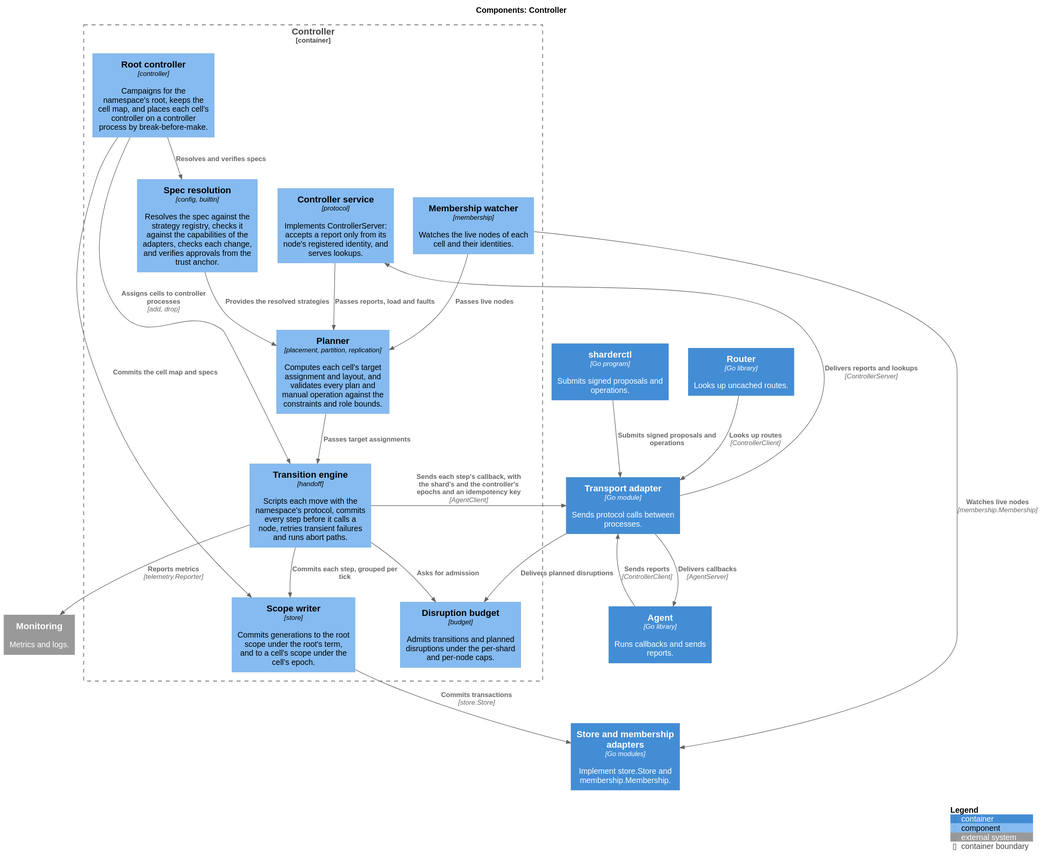
Above: docs/c4/components/controller.svg in thesm-os/sharder (PlantUML), before the change.
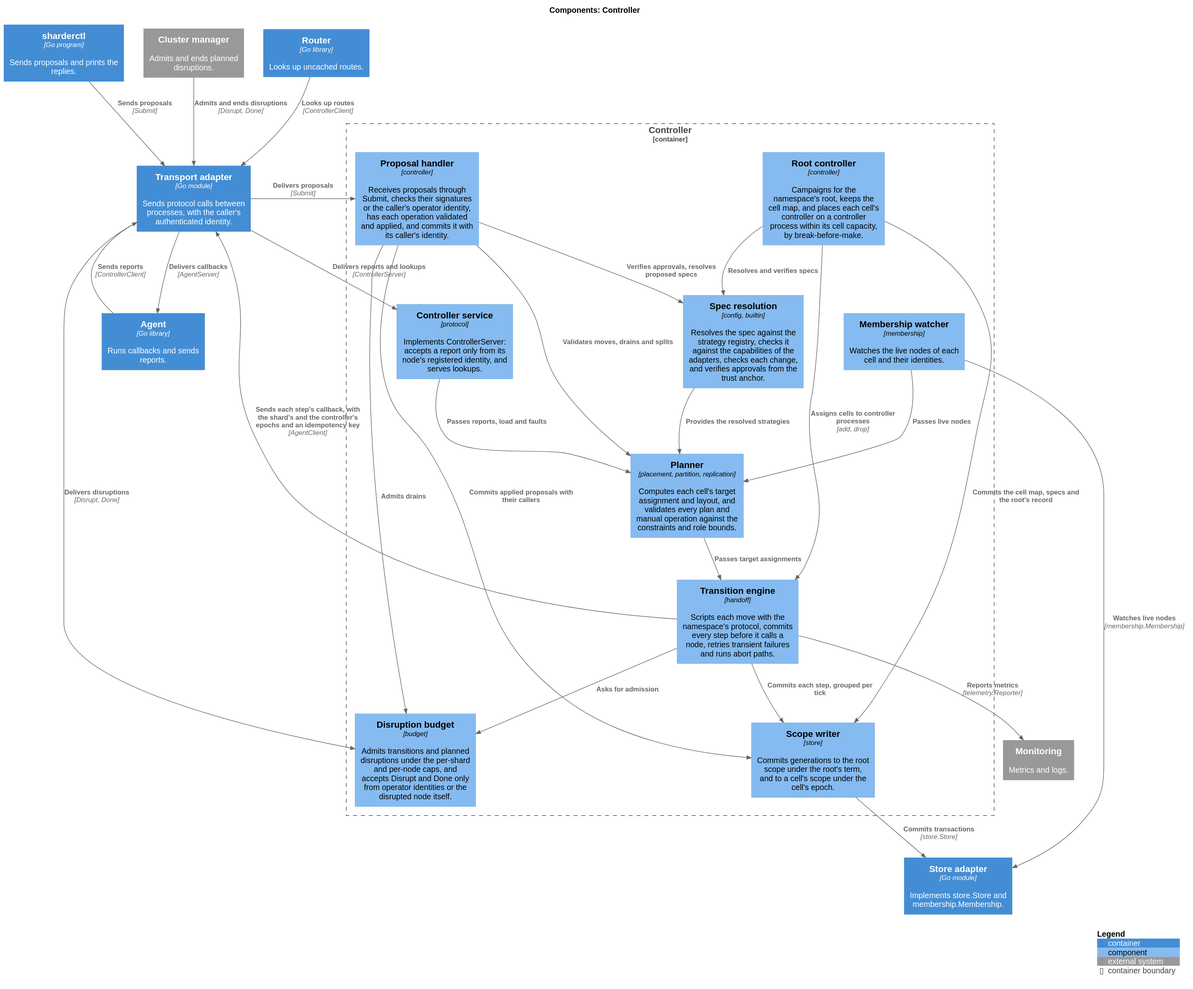
After the change.

What changed in the source:
```diff
@@ -3,33 +3,41 @@
 
 title Components: Controller
 
-Container(sharderctl, "sharderctl", "Go program", "Submits signed proposals and operations.")
+Container(sharderctl, "sharderctl", "Go program", "Sends proposals and prints the replies.")
+System_Ext(manager, "Cluster manager", "Admits and ends planned disruptions.")
 Container(router, "Router", "Go library", "Looks up uncached routes.")
-Container(transport, "Transport adapter", "Go module", "Sends protocol calls between processes.")
+Container(transport, "Transport adapter", "Go module", "Sends protocol calls between processes, with the caller's authenticated identity.")
 
 Container_Boundary(controller, "Controller") {
-    Component(root, "Root controller", "controller", "Campaigns for the namespace's root, keeps the cell map, and places each cell's controller on a controller process by break-before-make.")
+    Component(root, "Root controller", "controller", "Campaigns for the namespace's root, keeps the cell map, and places each cell's controller on a controller process within its cell capacity, by break-before-make.")
+    Component(proposals, "Proposal handler", "controller", "Receives proposals through Submit, checks their signatures or the caller's operator identity, has each operation validated and applied, and commits it with its caller's identity.")
     Component(spec, "Spec resolution", "config, builtin", "Resolves the spec against the strategy registry, checks it against the capabilities of the adapters, checks each change, and verifies approvals from the trust anchor.")
     Component(planner, "Planner", "placement, partition, replication", "Computes each cell's target assignment and layout, and validates every plan and manual operation against the constraints and role bounds.")
     Component(engine, "Transition engine", "handoff", "Scripts each move with the namespace's protocol, commits every step before it calls a node, retries transient failures and runs abort paths.")
-    Component(budget, "Disruption budget", "budget", "Admits transitions and planned disruptions under the per-shard and per-node caps.")
+    Component(budget, "Disruption budget", "budget", "Admits transitions and planned disruptions under the per-shard and per-node caps, and accepts Disrupt and Done only from operator identities or the disrupted node itself.")
     Component(service, "Controller service", "protocol", "Implements ControllerServer: accepts a report only from its node's registered identity, and serves lookups.")
     Component(membership, "Membership watcher", "membership", "Watches the live nodes of each cell and their identities.")
     Component(writer, "Scope writer", "store", "Commits generations to the root scope under the root's term, and to a cell's scope under the cell's epoch.")
 }
 
 Container(agent, "Agent", "Go library", "Runs callbacks and sends reports.")
-Container(adapters, "Store and membership adapters", "Go modules", "Implement store.Store and membership.Membership.")
+Container(adapters, "Store adapter", "Go module", "Implements store.Store and membership.Membership.")
 System_Ext(monitoring, "Monitoring", "Metrics and logs.")
 
-Rel(sharderctl, transport, "Submits signed proposals and operations")
+Rel(sharderctl, transport, "Sends proposals", "Submit")
+Rel(manager, transport, "Admits and ends disruptions", "Disrupt, Done")
 Rel(router, transport, "Looks up routes", "ControllerClient")
 Rel(agent, transport, "Sends reports", "ControllerClient")
 Rel(transport, service, "Delivers reports and lookups", "ControllerServer")
-Rel(transport, budget, "Delivers planned disruptions")
+Rel(transport, proposals, "Delivers proposals", "Submit")
+Rel(transport, budget, "Delivers disruptions", "Disrupt, Done")
 
+Rel(proposals, spec, "Verifies approvals, resolves proposed specs")
+Rel(proposals, planner, "Validates moves, drains and splits")
+Rel(proposals, budget, "Admits drains")
+Rel(proposals, writer, "Commits applied proposals with their callers")
 Rel(root, spec, "Resolves and verifies specs")
-Rel(root, writer, "Commits the cell map and specs")
+Rel(root, writer, "Commits the cell map, specs and the root's record")
 Rel(root, engine, "Assigns cells to controller processes", "add, drop")
 Rel(service, planner, "Passes reports, load and faults")
 Rel(membership, planner, "Passes live nodes")
```
